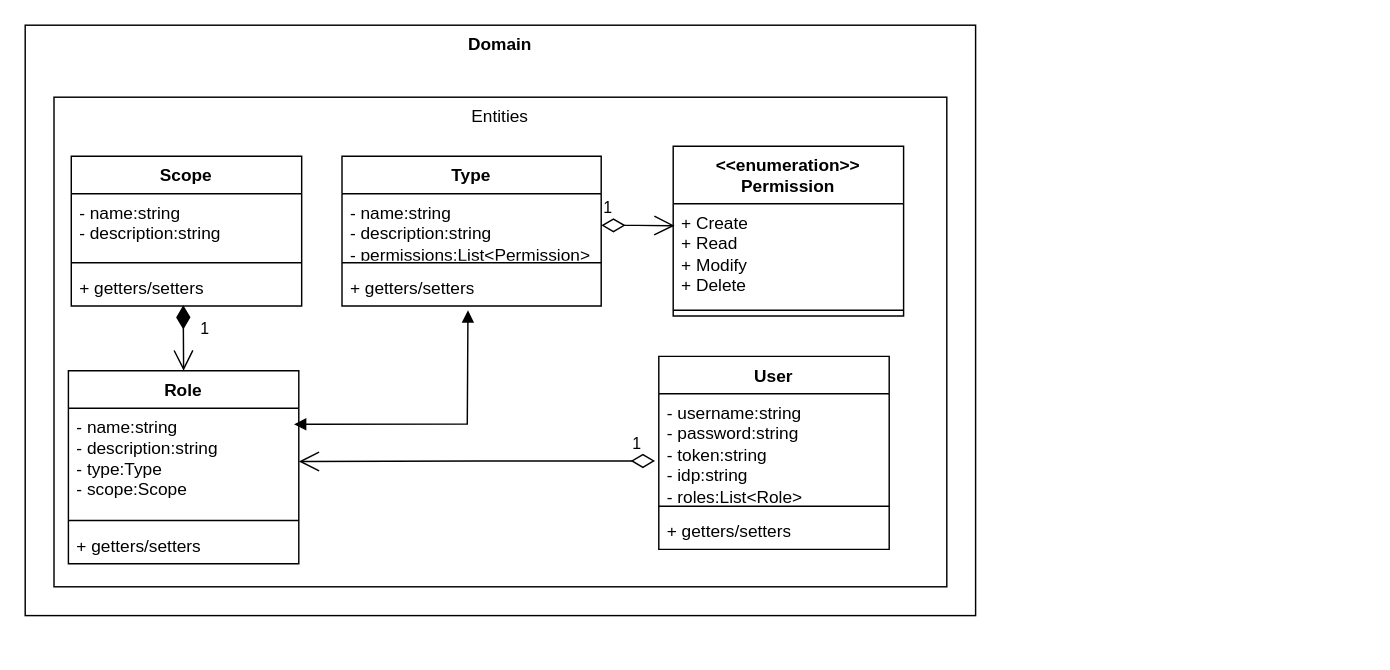
Above: page "Micro - Dominio" (2 of 9) of docs/static/Esquemas.drawio in jdarguello/MELI-Challenge (draw.io), before the change. Source tidied: cells renumbered, new cells numbered last; positions are measured from the earlier drawing's top-left corner, leaving out a move shared by most shapes. Both pictures are drawn from the tidied source at 144%, with x=0, y=0 at pixel (24, 24).
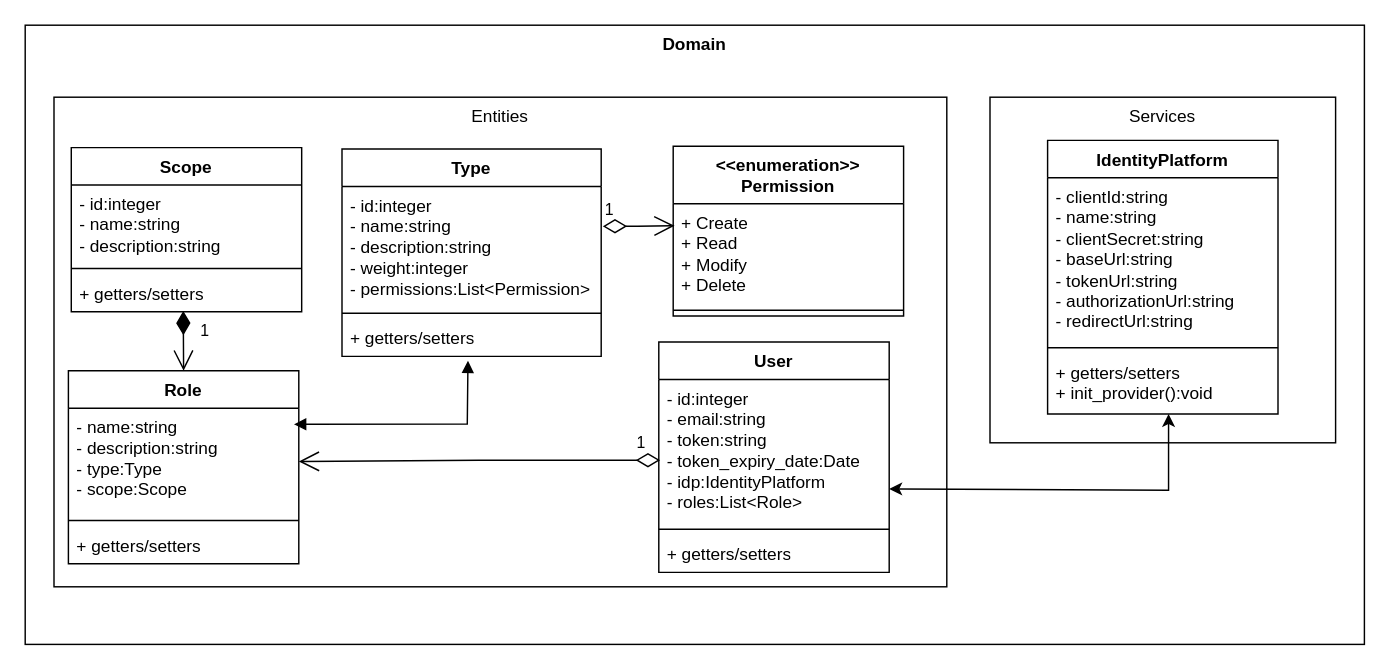
After the change.

The change refers to these unchanged cells:
```xml
<mxCell id="5" value="- name:string&lt;div&gt;- description:string&lt;/div&gt;&lt;div&gt;- type:Type&lt;/div&gt;&lt;div&gt;- scope:Scope&lt;/div&gt;" style="text;strokeColor=none;fillColor=none;align=left;verticalAlign=top;spacingLeft=4;spacingRight=4;overflow=hidden;points=[[0,0.5],[1,0.5]];portConstraint=eastwest;whiteSpace=wrap;html=1;" parent="4" vertex="1">
  <mxGeometry y="26" width="160" height="74" as="geometry" />
</mxCell>
<mxCell id="9" value="+ Create&lt;div&gt;+ Read&lt;/div&gt;&lt;div&gt;+ Modify&lt;/div&gt;&lt;div&gt;+ Delete&lt;/div&gt;" style="text;strokeColor=none;fillColor=none;align=left;verticalAlign=top;spacingLeft=4;spacingRight=4;overflow=hidden;points=[[0,0.5],[1,0.5]];portConstraint=eastwest;whiteSpace=wrap;html=1;" parent="8" vertex="1">
  <mxGeometry y="40" width="160" height="70" as="geometry" />
</mxCell>
```

The edit, as a diff of the source:
```diff
@@
     <mxCell id="2" value="Domain" style="rounded=0;whiteSpace=wrap;html=1;verticalAlign=top;fontStyle=1;" parent="1" vertex="1">
-      <mxGeometry width="660" height="410" as="geometry" />
+      <mxGeometry width="930" height="430" as="geometry" />
     </mxCell>
@@
     <mxCell id="11" value="User" style="swimlane;fontStyle=1;align=center;verticalAlign=top;horizontal=1;startSize=26;whiteSpace=wrap;html=1;" parent="1" vertex="1">
-      <mxGeometry x="440" y="230" width="160" height="134" as="geometry" />
+      <mxGeometry x="440" y="220" width="160" height="160" as="geometry" />
     </mxCell>
-    <mxCell id="12" value="- username:string&lt;div&gt;- password:string&lt;/div&gt;&lt;div&gt;- token:string&lt;/div&gt;&lt;div&gt;- idp:string&lt;/div&gt;&lt;div&gt;- roles:List&amp;lt;Role&amp;gt;&lt;/div&gt;" style="text;strokeColor=none;fillColor=none;align=left;verticalAlign=top;spacingLeft=4;spacingRight=4;overflow=hidden;points=[[0,0.5],[1,0.5]];portConstraint=eastwest;whiteSpace=wrap;html=1;" parent="11" vertex="1">
-      <mxGeometry y="26" width="160" height="74" as="geometry" />
+    <mxCell id="12" value="&lt;div&gt;- id:integer&lt;/div&gt;- email:string&lt;div&gt;- token:string&lt;br&gt;&lt;div&gt;- token_expiry_date:Date&lt;br&gt;&lt;div&gt;- idp:IdentityPlatform&lt;/div&gt;&lt;div&gt;- roles:List&amp;lt;Role&amp;gt;&lt;/div&gt;&lt;/div&gt;&lt;/div&gt;" style="text;strokeColor=none;fillColor=none;align=left;verticalAlign=top;spacingLeft=4;spacingRight=4;overflow=hidden;points=[[0,0.5],[1,0.5]];portConstraint=eastwest;whiteSpace=wrap;html=1;" parent="11" vertex="1">
+      <mxGeometry y="26" width="160" height="100" as="geometry" />
     </mxCell>
     <mxCell id="13" style="line;strokeWidth=1;fillColor=none;align=left;verticalAlign=middle;spacingTop=-1;spacingLeft=3;spacingRight=3;labelPosition=right;strokeColor=inherit;" parent="11" vertex="1">
-      <mxGeometry y="100" width="160" height="8" as="geometry" />
+      <mxGeometry y="126" width="160" height="8" as="geometry" />
     </mxCell>
     <mxCell id="14" value="+ getters/setters" style="text;strokeColor=none;fillColor=none;align=left;verticalAlign=top;spacingLeft=4;spacingRight=4;overflow=hidden;whiteSpace=wrap;html=1;" parent="11" vertex="1">
-      <mxGeometry y="108" width="160" height="26" as="geometry" />
+      <mxGeometry y="134" width="160" height="26" as="geometry" />
     </mxCell>
     <mxCell id="15" value="Type" style="swimlane;fontStyle=1;align=center;verticalAlign=top;horizontal=1;startSize=26;whiteSpace=wrap;html=1;" parent="1" vertex="1">
-      <mxGeometry x="220" y="91" width="180" height="104" as="geometry" />
+      <mxGeometry x="220" y="86" width="180" height="144" as="geometry" />
     </mxCell>
-    <mxCell id="16" value="- name:string&lt;div&gt;- description:string&lt;/div&gt;&lt;div&gt;- permissions:List&amp;lt;Permission&amp;gt;&lt;/div&gt;" style="text;strokeColor=none;fillColor=none;align=left;verticalAlign=top;spacingLeft=4;spacingRight=4;overflow=hidden;points=[[0,0.5],[1,0.5]];portConstraint=eastwest;whiteSpace=wrap;html=1;" parent="15" vertex="1">
-      <mxGeometry y="26" width="180" height="44" as="geometry" />
+    <mxCell id="16" value="&lt;div&gt;- id:integer&lt;/div&gt;- name:string&lt;div&gt;- description:string&lt;/div&gt;&lt;div&gt;- weight:integer&lt;/div&gt;&lt;div&gt;- permissions:List&amp;lt;Permission&amp;gt;&lt;/div&gt;" style="text;strokeColor=none;fillColor=none;align=left;verticalAlign=top;spacingLeft=4;spacingRight=4;overflow=hidden;points=[[0,0.5],[1,0.5]];portConstraint=eastwest;whiteSpace=wrap;html=1;" parent="15" vertex="1">
+      <mxGeometry y="26" width="180" height="84" as="geometry" />
     </mxCell>
     <mxCell id="17" style="line;strokeWidth=1;fillColor=none;align=left;verticalAlign=middle;spacingTop=-1;spacingLeft=3;spacingRight=3;labelPosition=right;strokeColor=inherit;" parent="15" vertex="1">
-      <mxGeometry y="70" width="180" height="8" as="geometry" />
+      <mxGeometry y="110" width="180" height="8" as="geometry" />
     </mxCell>
     <mxCell id="18" value="+ getters/setters" style="text;strokeColor=none;fillColor=none;align=left;verticalAlign=top;spacingLeft=4;spacingRight=4;overflow=hidden;points=[[0,0.5],[1,0.5]];portConstraint=eastwest;whiteSpace=wrap;html=1;" parent="15" vertex="1">
-      <mxGeometry y="78" width="180" height="26" as="geometry" />
+      <mxGeometry y="118" width="180" height="26" as="geometry" />
     </mxCell>
     <mxCell id="19" value="Scope" style="swimlane;fontStyle=1;align=center;verticalAlign=top;horizontal=1;startSize=26;whiteSpace=wrap;html=1;" parent="1" vertex="1">
-      <mxGeometry x="32" y="91" width="160" height="104" as="geometry" />
+      <mxGeometry x="32" y="85" width="160" height="114" as="geometry" />
     </mxCell>
-    <mxCell id="20" value="- name:string&lt;div&gt;- description:string&lt;/div&gt;" style="text;strokeColor=none;fillColor=none;align=left;verticalAlign=top;spacingLeft=4;spacingRight=4;overflow=hidden;whiteSpace=wrap;html=1;" parent="19" vertex="1">
-      <mxGeometry y="26" width="160" height="44" as="geometry" />
+    <mxCell id="20" value="&lt;div&gt;- id:integer&lt;/div&gt;- name:string&lt;div&gt;- description:string&lt;/div&gt;" style="text;strokeColor=none;fillColor=none;align=left;verticalAlign=top;spacingLeft=4;spacingRight=4;overflow=hidden;whiteSpace=wrap;html=1;" parent="19" vertex="1">
+      <mxGeometry y="26" width="160" height="54" as="geometry" />
     </mxCell>
     <mxCell id="21" style="line;strokeWidth=1;fillColor=none;align=left;verticalAlign=middle;spacingTop=-1;spacingLeft=3;spacingRight=3;labelPosition=right;strokeColor=inherit;" parent="19" vertex="1">
-      <mxGeometry y="70" width="160" height="8" as="geometry" />
+      <mxGeometry y="80" width="160" height="8" as="geometry" />
     </mxCell>
     <mxCell id="22" value="+ getters/setters" style="text;strokeColor=none;fillColor=none;align=left;verticalAlign=top;spacingLeft=4;spacingRight=4;overflow=hidden;points=[[0,0.5],[1,0.5]];portConstraint=eastwest;whiteSpace=wrap;html=1;" parent="19" vertex="1">
-      <mxGeometry y="78" width="160" height="26" as="geometry" />
+      <mxGeometry y="88" width="160" height="26" as="geometry" />
     </mxCell>
@@
-    <mxCell id="25" value="1" style="endArrow=open;html=1;endSize=12;startArrow=diamondThin;startSize=14;startFill=0;edgeStyle=orthogonalEdgeStyle;align=left;verticalAlign=bottom;rounded=0;exitX=1;exitY=0.5;exitDx=0;exitDy=0;entryX=0.006;entryY=0.218;entryDx=0;entryDy=0;entryPerimeter=0;" parent="1" edge="1" source="16" target="9">
+    <mxCell id="25" value="1" style="endArrow=open;html=1;endSize=12;startArrow=diamondThin;startSize=14;startFill=0;edgeStyle=orthogonalEdgeStyle;align=left;verticalAlign=bottom;rounded=0;exitX=1.006;exitY=0.329;exitDx=0;exitDy=0;entryX=0.006;entryY=0.218;entryDx=0;entryDy=0;entryPerimeter=0;exitPerimeter=0;" parent="1" edge="1" source="16" target="9">
       <mxGeometry x="-1" y="3" relative="1" as="geometry" />
     </mxCell>
-    <mxCell id="26" value="1" style="endArrow=open;html=1;endSize=12;startArrow=diamondThin;startSize=14;startFill=0;edgeStyle=orthogonalEdgeStyle;align=left;verticalAlign=bottom;rounded=0;exitX=-0.016;exitY=0.63;exitDx=0;exitDy=0;entryX=1;entryY=0.5;entryDx=0;entryDy=0;exitPerimeter=0;" parent="1" edge="1" source="12" target="5">
+    <mxCell id="26" value="1" style="endArrow=open;html=1;endSize=12;startArrow=diamondThin;startSize=14;startFill=0;edgeStyle=orthogonalEdgeStyle;align=left;verticalAlign=bottom;rounded=0;exitX=0.006;exitY=0.561;exitDx=0;exitDy=0;entryX=1;entryY=0.5;entryDx=0;entryDy=0;exitPerimeter=0;" parent="1" edge="1" source="12" target="5">
       <mxGeometry x="-0.86" y="-3" relative="1" as="geometry" />
     </mxCell>
+    <mxCell id="27" value="Services" style="rounded=0;whiteSpace=wrap;html=1;verticalAlign=top;" parent="1" vertex="1">
+      <mxGeometry x="670" y="50" width="240" height="240" as="geometry" />
+    </mxCell>
+    <mxCell id="28" value="IdentityPlatform" style="swimlane;fontStyle=1;align=center;verticalAlign=top;horizontal=1;startSize=26;whiteSpace=wrap;html=1;" parent="1" vertex="1">
+      <mxGeometry x="710" y="80" width="160" height="190" as="geometry" />
+    </mxCell>
+    <mxCell id="29" value="- clientId:string&lt;div&gt;- name:string&lt;br&gt;&lt;div&gt;- clientSecret:string&lt;/div&gt;&lt;div&gt;- baseUrl:string&lt;/div&gt;&lt;div&gt;- tokenUrl:string&lt;/div&gt;&lt;div&gt;- authorizationUrl:string&lt;/div&gt;&lt;div&gt;- redirectUrl:string&lt;/div&gt;&lt;/div&gt;" style="text;strokeColor=none;fillColor=none;align=left;verticalAlign=top;spacingLeft=4;spacingRight=4;overflow=hidden;whiteSpace=wrap;html=1;" parent="28" vertex="1">
+      <mxGeometry y="26" width="160" height="114" as="geometry" />
+    </mxCell>
+    <mxCell id="30" style="line;strokeWidth=1;fillColor=none;align=left;verticalAlign=middle;spacingTop=-1;spacingLeft=3;spacingRight=3;labelPosition=right;strokeColor=inherit;" parent="28" vertex="1">
+      <mxGeometry y="140" width="160" height="8" as="geometry" />
+    </mxCell>
+    <mxCell id="31" value="+ getters/setters&lt;div&gt;+ init_provider():void&lt;/div&gt;" style="text;strokeColor=none;fillColor=none;align=left;verticalAlign=top;spacingLeft=4;spacingRight=4;overflow=hidden;whiteSpace=wrap;html=1;" parent="28" vertex="1">
+      <mxGeometry y="148" width="160" height="42" as="geometry" />
+    </mxCell>
+    <mxCell id="32" style="endArrow=classic;startArrow=classic;html=1;rounded=0;" parent="1" edge="1">
+      <mxGeometry relative="1" as="geometry">
+        <mxPoint x="600" y="322" as="sourcePoint" />
+        <mxPoint x="794" y="270" as="targetPoint" />
+        <Array as="points">
+          <mxPoint x="794" y="323" />
+        </Array>
+      </mxGeometry>
+    </mxCell>
```
